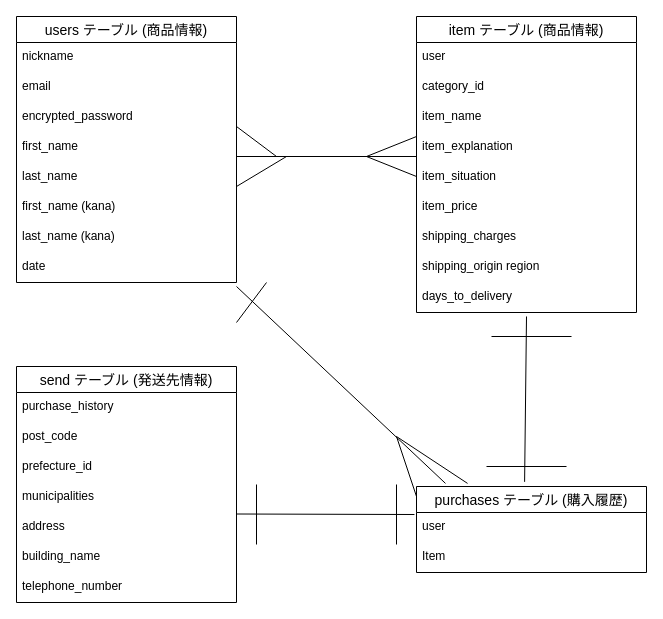
The draw.io diagram page "ページ2" (2 of 2) of furima-.dio in kzm0620/furima_39225, before the edit. Source tidied: cells renumbered, new cells numbered last; positions are measured from the earlier drawing's top-left corner, leaving out a move shared by most shapes. Both pictures are drawn from the tidied source at 100%, with x=0, y=0 at pixel (16, 16).
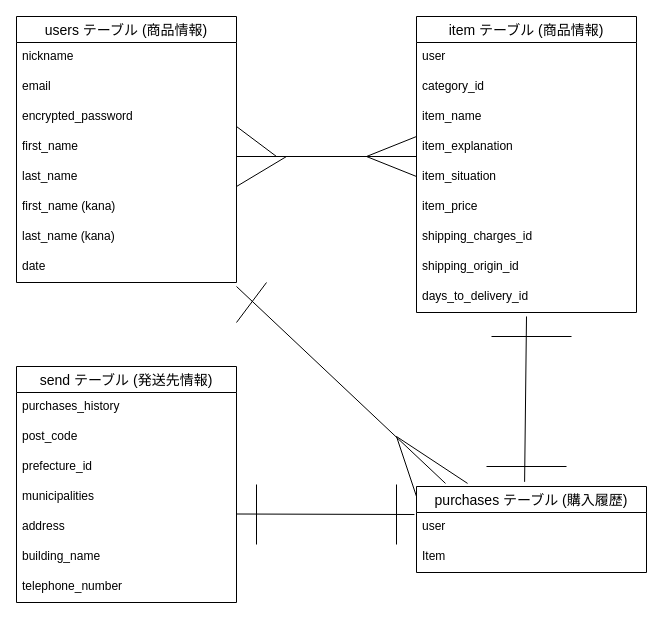
After the change.

Unchanged cells that the change refers to:
```xml
<mxCell id="11" value="item テーブル (商品情報)" style="swimlane;fontStyle=0;horizontal=1;startSize=26;align=center;fontSize=14;" parent="1" vertex="1">
  <mxGeometry x="400" width="220" height="296" as="geometry" />
</mxCell>
<mxCell id="24" value="send テーブル (発送先情報)" style="swimlane;fontStyle=0;horizontal=1;startSize=26;align=center;fontSize=14;" parent="1" vertex="1">
  <mxGeometry y="350" width="220" height="236" as="geometry" />
</mxCell>
```

Change to the diagram source:
```diff
@@
-    <mxCell id="18" value="shipping_charges" style="text;strokeColor=none;fillColor=none;spacingLeft=4;spacingRight=4;overflow=hidden;fontSize=12;" parent="11" vertex="1">
+    <mxCell id="18" value="shipping_charges_id" style="text;strokeColor=none;fillColor=none;spacingLeft=4;spacingRight=4;overflow=hidden;fontSize=12;" parent="11" vertex="1">
       <mxGeometry y="206" width="220" height="30" as="geometry" />
     </mxCell>
-    <mxCell id="19" value="shipping_origin region" style="text;strokeColor=none;fillColor=none;spacingLeft=4;spacingRight=4;overflow=hidden;fontSize=12;" parent="11" vertex="1">
+    <mxCell id="19" value="shipping_origin_id" style="text;strokeColor=none;fillColor=none;spacingLeft=4;spacingRight=4;overflow=hidden;fontSize=12;" parent="11" vertex="1">
       <mxGeometry y="236" width="220" height="30" as="geometry" />
     </mxCell>
-    <mxCell id="20" value="days_to_delivery " style="text;strokeColor=none;fillColor=none;spacingLeft=4;spacingRight=4;overflow=hidden;points=[[0,0.5],[1,0.5]];portConstraint=eastwest;fontSize=12;" parent="11" vertex="1">
+    <mxCell id="20" value="days_to_delivery_id" style="text;strokeColor=none;fillColor=none;spacingLeft=4;spacingRight=4;overflow=hidden;points=[[0,0.5],[1,0.5]];portConstraint=eastwest;fontSize=12;" parent="11" vertex="1">
       <mxGeometry y="266" width="220" height="30" as="geometry" />
     </mxCell>
@@
-    <mxCell id="25" value="purchase_history" style="text;strokeColor=none;fillColor=none;spacingLeft=4;spacingRight=4;overflow=hidden;fontSize=12;" parent="24" vertex="1">
+    <mxCell id="25" value="purchases_history" style="text;strokeColor=none;fillColor=none;spacingLeft=4;spacingRight=4;overflow=hidden;fontSize=12;" parent="24" vertex="1">
       <mxGeometry y="26" width="220" height="30" as="geometry" />
     </mxCell>
```
